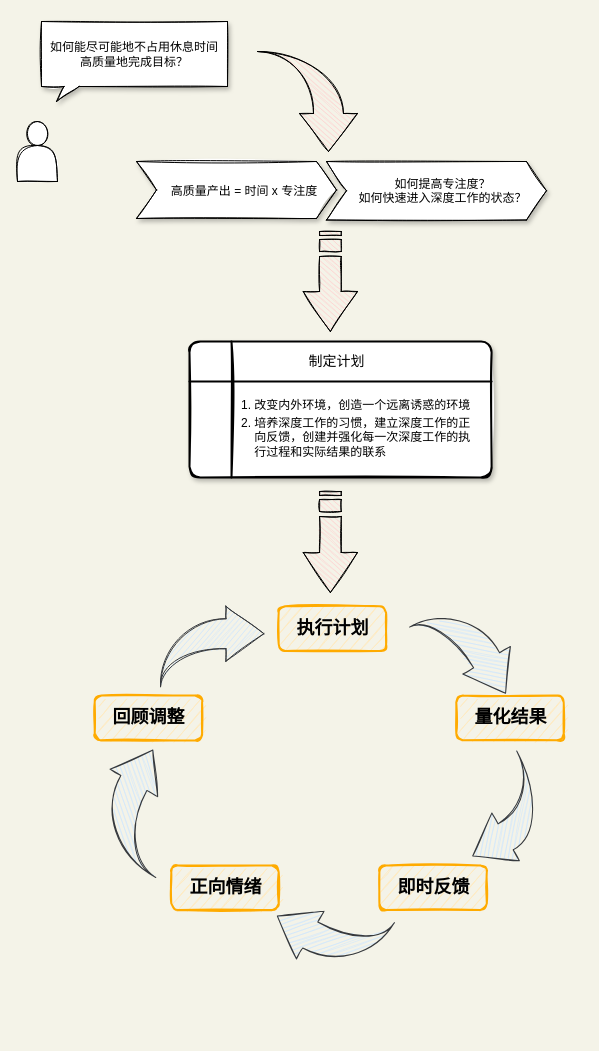
The draw.io diagram pictures/深度工作/thought.drawio in boxtsecond/draw, before the edit. Source tidied: cells renumbered, new cells numbered last; positions are measured from the earlier drawing's top-left corner, leaving out a move shared by most shapes. Both pictures are drawn from the tidied source at 100%, with x=0, y=0 at pixel (17, 21).
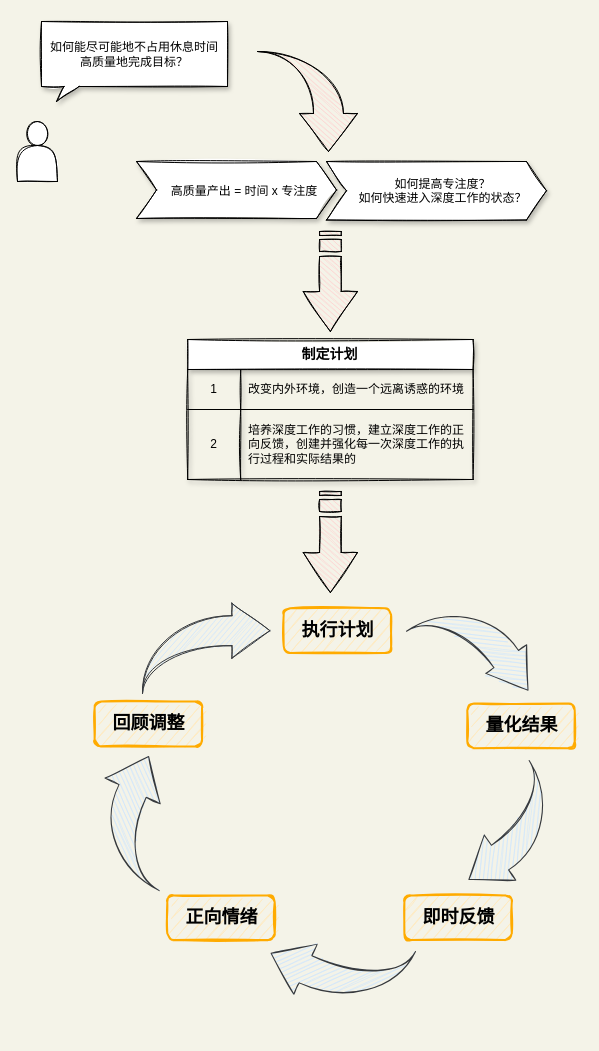
The same diagram, later.

Unchanged cells that the change refers to:
```xml
<mxCell id="17" style="group;" parent="15" vertex="1">
  <mxGeometry y="15.7" width="493.6" height="303.9" as="geometry" />
</mxCell>
```

Diff of the diagram source:
```diff
@@
-    <mxCell id="9" style="group;" parent="1" vertex="1">
-      <mxGeometry x="172" y="320" width="302.1" height="136" as="geometry" />
-    </mxCell>
-    <mxCell id="10" value="&lt;span&gt;1. 改变内外环境，创造一个远离诱惑的环境&lt;/span&gt;&lt;br&gt;&lt;span&gt;&lt;br&gt;&lt;br&gt;&lt;/span&gt;" style="shape=internalStorage;whiteSpace=wrap;html=1;dx=42;dy=40;rounded=1;arcSize=8;strokeWidth=2;shadow=1;glass=0;sketch=1;align=left;spacingLeft=50;spacingTop=20;spacingRight=10;fillStyle=auto;fillColor=#FFFFFF;" parent="9" vertex="1">
-      <mxGeometry width="302.1" height="136" as="geometry" />
-    </mxCell>
-    <mxCell id="11" value="&lt;font style=&quot;font-size: 14px&quot;&gt;制定计划&lt;/font&gt;" style="text;html=1;strokeColor=none;fillColor=none;align=center;verticalAlign=middle;whiteSpace=wrap;rounded=0;shadow=1;glass=0;sketch=1;" parent="9" vertex="1">
-      <mxGeometry x="105" y="10" width="85" height="20" as="geometry" />
-    </mxCell>
-    <mxCell id="12" value="&lt;span&gt;2. 培养深度工作的习惯，建立深度工作的正&amp;nbsp; &lt;br&gt;&amp;nbsp; &amp;nbsp; 向反馈，创建并强化每一次深度工作的执&lt;br&gt;&amp;nbsp; &amp;nbsp; 行过程和实际结果的联系&lt;/span&gt;" style="text;html=1;strokeColor=none;fillColor=none;align=left;verticalAlign=middle;whiteSpace=wrap;rounded=0;shadow=1;glass=0;sketch=1;" parent="9" vertex="1">
-      <mxGeometry x="50.1" y="61" width="241" height="70" as="geometry" />
-    </mxCell>
     <mxCell id="13" style="group;" parent="1" vertex="1">
-      <mxGeometry x="55" y="569" width="493.6" height="400.5" as="geometry" />
+      <mxGeometry x="60" y="572" width="493.6" height="420.4" as="geometry" />
     </mxCell>
-    <mxCell id="14" style="html=1;shadow=0;dashed=0;align=center;verticalAlign=middle;shape=mxgraph.arrows2.jumpInArrow;dy=15;dx=38;arrowHead=55;rounded=0;glass=0;sketch=1;fontSize=16;fillColor=#cce5ff;strokeColor=#36393d;rotation=-150;" parent="13" vertex="1">
-      <mxGeometry x="204.1" y="300.8" width="104.7" height="80.1" as="geometry" />
+    <mxCell id="14" style="html=1;shadow=0;dashed=0;align=center;verticalAlign=middle;shape=mxgraph.arrows2.jumpInArrow;dy=15;dx=38;arrowHead=55;rounded=0;glass=0;sketch=1;fontSize=16;fillColor=#cce5ff;strokeColor=#36393d;rotation=-155;" parent="13" vertex="1">
+      <mxGeometry x="194.9" y="326.3" width="130.2" height="90.1" as="geometry" />
     </mxCell>
     <mxCell id="15" style="group;" parent="13" vertex="1">
-      <mxGeometry width="493.6" height="319.6" as="geometry" />
+      <mxGeometry y="-1" width="493.6" height="319.6" as="geometry" />
     </mxCell>
-    <mxCell id="16" style="html=1;shadow=0;dashed=0;align=center;verticalAlign=middle;shape=mxgraph.arrows2.jumpInArrow;dy=15;dx=38;arrowHead=55;rounded=0;glass=0;sketch=1;fontSize=16;fillColor=#cce5ff;strokeColor=#36393d;rotation=60;fillStyle=hachure;" parent="15" vertex="1">
-      <mxGeometry x="344.3" y="23.9" width="105.3" height="77.7" as="geometry" />
-    </mxCell>
@@
     <mxCell id="19" style="html=1;shadow=0;dashed=0;align=center;verticalAlign=middle;shape=mxgraph.arrows2.jumpInArrow;dy=15;dx=38;arrowHead=55;rounded=0;glass=0;sketch=1;fontSize=16;fillColor=#cce5ff;strokeColor=#36393d;fillStyle=hachure;" parent="17" vertex="1">
-      <mxGeometry x="88" width="103.4" height="80.5" as="geometry" />
+      <mxGeometry x="65" y="-5" width="127.4" height="90" as="geometry" />
     </mxCell>
     <mxCell id="20" value="&lt;span style=&quot;color: rgb(0 , 0 , 0) ; font-size: 18px&quot;&gt;回顾调整&lt;/span&gt;" style="dashed=0;html=1;rounded=1;strokeColor=#FFAB00;fontSize=16;align=center;fontStyle=1;strokeWidth=2;fontColor=#42526E;shadow=0;glass=0;sketch=1;gradientColor=none;fillStyle=hachure;fillColor=#FFEBC2;" parent="17" vertex="1">
-      <mxGeometry x="22.2" y="89.4" width="107.4" height="44.7" as="geometry" />
+      <mxGeometry x="17.1" y="93.4" width="107.4" height="44.7" as="geometry" />
     </mxCell>
     <mxCell id="21" value="&lt;span style=&quot;color: rgb(0 , 0 , 0) ; font-size: 18px&quot;&gt;量化结果&lt;/span&gt;" style="dashed=0;html=1;rounded=1;strokeColor=#FFAB00;fontSize=16;align=center;fontStyle=1;strokeWidth=2;fontColor=#42526E;shadow=0;glass=0;sketch=1;gradientColor=none;fillStyle=hachure;fillColor=#FFEBC2;" parent="17" vertex="1">
-      <mxGeometry x="383.8" y="89.4" width="107.4" height="44.7" as="geometry" />
+      <mxGeometry x="389.8" y="95.3" width="107.4" height="44.7" as="geometry" />
     </mxCell>
     <mxCell id="22" value="&lt;span style=&quot;color: rgb(0 , 0 , 0) ; font-size: 18px&quot;&gt;正向情绪&lt;/span&gt;" style="dashed=0;html=1;rounded=1;strokeColor=#FFAB00;fontSize=16;align=center;fontStyle=1;strokeWidth=2;fontColor=#42526E;shadow=0;glass=0;sketch=1;gradientColor=none;fillStyle=hachure;fillColor=#FFEBC2;" parent="17" vertex="1">
-      <mxGeometry x="98.8" y="259.2" width="107.4" height="44.7" as="geometry" />
+      <mxGeometry x="89.8" y="287.2" width="107.4" height="44.7" as="geometry" />
     </mxCell>
     <mxCell id="23" value="&lt;span style=&quot;color: rgb(0 , 0 , 0) ; font-size: 18px&quot;&gt;即时反馈&lt;/span&gt;" style="dashed=0;html=1;rounded=1;strokeColor=#FFAB00;fontSize=16;align=center;fontStyle=1;strokeWidth=2;fontColor=#42526E;shadow=0;glass=0;sketch=1;gradientColor=none;fillStyle=hachure;fillColor=#FFEBC2;" parent="17" vertex="1">
-      <mxGeometry x="306.9" y="259.2" width="107.4" height="44.7" as="geometry" />
+      <mxGeometry x="326.9" y="287.2" width="107.4" height="44.7" as="geometry" />
     </mxCell>
-    <mxCell id="24" style="html=1;shadow=0;dashed=0;align=center;verticalAlign=middle;shape=mxgraph.arrows2.jumpInArrow;dy=15;dx=38;arrowHead=55;rounded=0;glass=0;sketch=1;fontSize=16;fillColor=#cce5ff;strokeColor=#36393d;rotation=-210;fillStyle=hachure;" parent="17" vertex="1">
-      <mxGeometry x="383.8" y="160.9" width="90.6" height="96.4" as="geometry" />
+    <mxCell id="24" style="html=1;shadow=0;dashed=0;align=center;verticalAlign=middle;shape=mxgraph.arrows2.jumpInArrow;dy=15;dx=38;arrowHead=55;rounded=0;glass=0;sketch=1;fontSize=16;fillColor=#cce5ff;strokeColor=#36393d;rotation=145;fillStyle=hachure;" parent="17" vertex="1">
+      <mxGeometry x="370.6" y="177.8" width="117.6" height="90.4" as="geometry" />
     </mxCell>
-    <mxCell id="25" style="html=1;shadow=0;dashed=0;align=center;verticalAlign=middle;shape=mxgraph.arrows2.jumpInArrow;dy=15;dx=38;arrowHead=55;rounded=0;glass=0;sketch=1;fontSize=16;fillColor=#cce5ff;strokeColor=#36393d;rotation=-60;fillStyle=hachure;" parent="17" vertex="1">
-      <mxGeometry x="15.4" y="153.8" width="109" height="93.8" as="geometry" />
-    </mxCell>
+    <mxCell id="16" style="html=1;shadow=0;dashed=0;align=center;verticalAlign=middle;shape=mxgraph.arrows2.jumpInArrow;dy=15;dx=38;arrowHead=49.93;rounded=0;glass=0;sketch=1;fontSize=16;fillColor=#cce5ff;strokeColor=#36393d;rotation=55;fillStyle=hachure;" parent="17" vertex="1">
+      <mxGeometry x="341" width="118" height="90.7" as="geometry" />
+    </mxCell>
+    <mxCell id="26" style="html=1;shadow=0;dashed=0;align=center;verticalAlign=middle;shape=mxgraph.arrows2.jumpInArrow;dy=15;dx=38;arrowHead=60.92;rounded=0;glass=0;sketch=1;fontSize=16;fillColor=#cce5ff;strokeColor=#36393d;rotation=115;fillStyle=hachure;direction=west;" parent="17" vertex="1">
+      <mxGeometry x="4.1" y="160.6" width="117.1" height="96.7" as="geometry" />
+    </mxCell>
+    <mxCell id="11" value="&lt;font style=&quot;font-size: 14px&quot;&gt;制定计划&lt;/font&gt;" style="shape=table;html=1;whiteSpace=wrap;startSize=30;childLayout=tableLayout;rowLines=0;fontStyle=1;align=center;shadow=1;sketch=1;" parent="1" vertex="1">
+      <mxGeometry x="170.2" y="318" width="285.4" height="140" as="geometry" />
+    </mxCell>
+    <mxCell id="27" style="shape=partialRectangle;html=1;whiteSpace=wrap;fillColor=none;top=0;left=0;bottom=1;right=0;" parent="11" vertex="1">
+      <mxGeometry y="30" width="285.4" height="40" as="geometry" />
+    </mxCell>
+    <mxCell id="28" value="1" style="shape=partialRectangle;html=1;whiteSpace=wrap;fillColor=none;top=0;left=0;bottom=0;right=0;overflow=hidden;" parent="27" vertex="1">
+      <mxGeometry width="53" height="40" as="geometry" />
+    </mxCell>
+    <mxCell id="29" value="改变内外环境，创造一个远离诱惑的环境" style="shape=partialRectangle;html=1;whiteSpace=wrap;fillColor=none;top=0;left=0;bottom=0;right=0;align=left;spacingLeft=6;overflow=hidden;" parent="27" vertex="1">
+      <mxGeometry x="53" width="232" height="40" as="geometry" />
+    </mxCell>
+    <mxCell id="30" style="shape=partialRectangle;html=1;whiteSpace=wrap;fillColor=none;top=0;left=0;bottom=0;right=0;" parent="11" vertex="1">
+      <mxGeometry y="70" width="285.4" height="70" as="geometry" />
+    </mxCell>
+    <mxCell id="31" value="2" style="shape=partialRectangle;html=1;whiteSpace=wrap;fillColor=none;top=0;left=0;bottom=0;right=0;overflow=hidden;" parent="30" vertex="1">
+      <mxGeometry width="53" height="70" as="geometry" />
+    </mxCell>
+    <mxCell id="32" value="培养深度工作的习惯，建立深度工作的正向反馈，创建并强化每一次深度工作的执行过程和实际结果的" style="shape=partialRectangle;html=1;whiteSpace=wrap;fillColor=none;top=0;left=0;bottom=0;right=0;align=left;spacingLeft=6;overflow=hidden;" parent="30" vertex="1">
+      <mxGeometry x="53" width="232" height="70" as="geometry" />
+    </mxCell>
```
